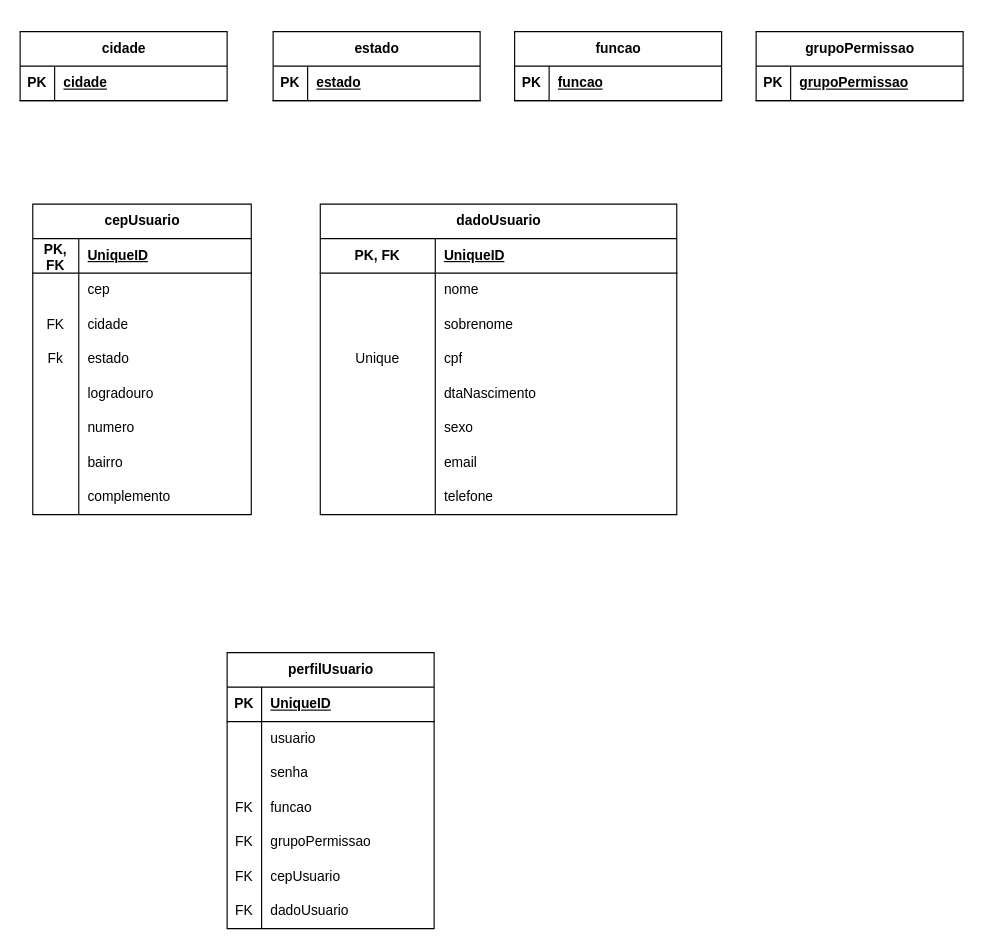
Earlier version of the draw.io diagram page "Usuario" (1 of 2) of ERbd.drawio (JoaoDelgado12/StockMei). Source tidied: cells renumbered, new cells numbered last; positions are measured from the earlier drawing's top-left corner, leaving out a move shared by most shapes. Both pictures are drawn from the tidied source at 115%, with x=0, y=0 at pixel (20, 31).
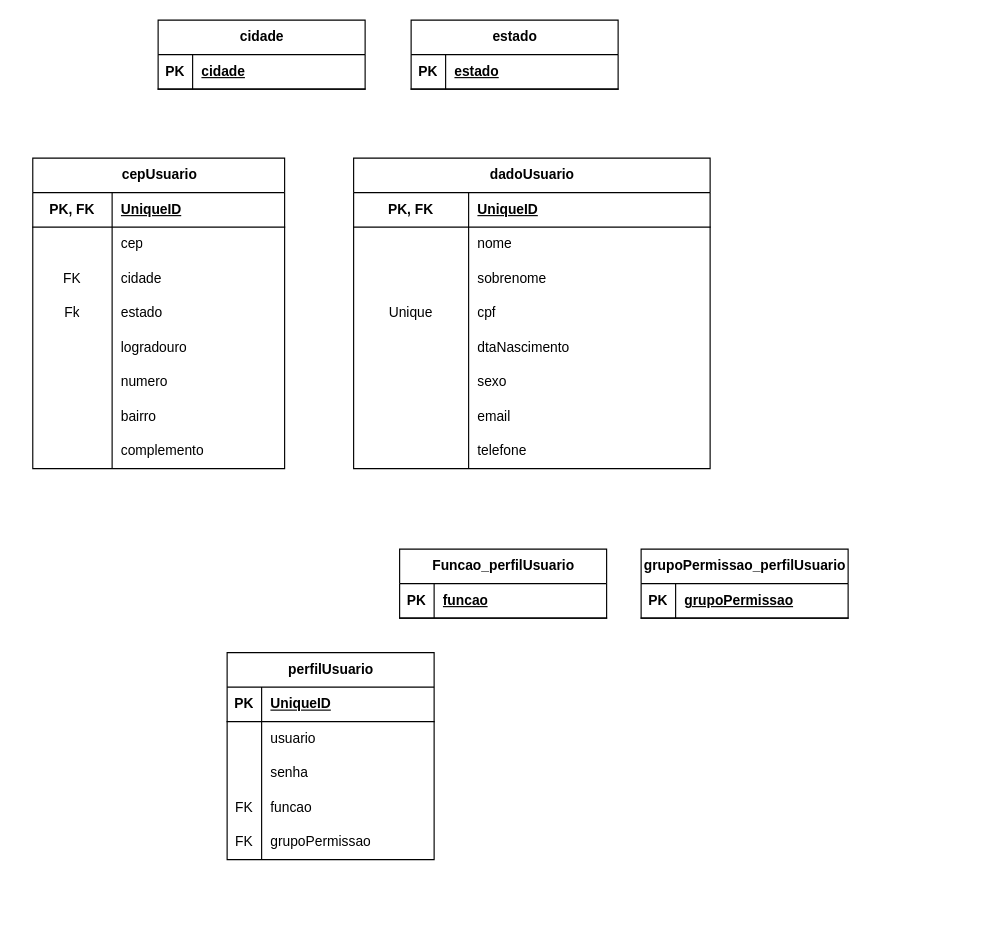
The same diagram, later.

The edit, as a diff of the source:
```diff
@@
-    <mxCell id="2" value="funcao" style="shape=table;startSize=30;childLayout=tableLayout;rowLines=0;fontStyle=1;align=center;html=1;" parent="1" vertex="1">
-      <mxGeometry x="430" width="180" height="60" as="geometry" />
+    <mxCell id="2" value="Funcao_perfilUsuario" style="shape=table;startSize=30;childLayout=tableLayout;rowLines=0;fontStyle=1;align=center;html=1;" parent="1" vertex="1">
+      <mxGeometry x="330" y="450" width="180" height="60" as="geometry" />
     </mxCell>
@@
-    <mxCell id="6" value="grupoPermissao" style="shape=table;startSize=30;childLayout=tableLayout;rowLines=0;fontStyle=1;align=center;html=1;" parent="1" vertex="1">
-      <mxGeometry x="640" width="180" height="60" as="geometry" />
+    <mxCell id="6" value="grupoPermissao_perfilUsuario" style="shape=table;startSize=30;childLayout=tableLayout;rowLines=0;fontStyle=1;align=center;html=1;" parent="1" vertex="1">
+      <mxGeometry x="540" y="450" width="180" height="60" as="geometry" />
     </mxCell>
@@
     <mxCell id="10" value="cidade" style="shape=table;startSize=30;childLayout=tableLayout;rowLines=0;fontStyle=1;align=center;html=1;" parent="1" vertex="1">
-      <mxGeometry width="180" height="60" as="geometry" />
+      <mxGeometry x="120" y="-10" width="180" height="60" as="geometry" />
     </mxCell>
@@
     <mxCell id="14" value="estado" style="shape=table;startSize=30;childLayout=tableLayout;rowLines=0;fontStyle=1;align=center;html=1;" parent="1" vertex="1">
-      <mxGeometry x="220" width="180" height="60" as="geometry" />
+      <mxGeometry x="340" y="-10" width="180" height="60" as="geometry" />
     </mxCell>
@@
     <mxCell id="18" value="cepUsuario" style="shape=table;startSize=30;childLayout=tableLayout;rowLines=0;fontStyle=1;align=center;html=1;" parent="1" vertex="1">
-      <mxGeometry x="11" y="150" width="190" height="270" as="geometry" />
+      <mxGeometry x="11" y="110" width="219" height="270" as="geometry" />
     </mxCell>
     <mxCell id="19" style="shape=tableRow;horizontal=0;startSize=0;swimlaneHead=0;swimlaneBody=0;fillColor=none;top=0;left=0;right=0;bottom=1;" parent="18" vertex="1">
-      <mxGeometry y="30" width="190" height="30" as="geometry" />
+      <mxGeometry y="30" width="219" height="30" as="geometry" />
     </mxCell>
     <mxCell id="20" value="PK, FK" style="shape=partialRectangle;fillColor=none;top=0;left=0;bottom=0;right=0;fontStyle=1;overflow=hidden;whiteSpace=wrap;html=1;" parent="19" vertex="1">
-      <mxGeometry width="40" height="30" as="geometry" />
+      <mxGeometry width="69" height="30" as="geometry" />
     </mxCell>
     <mxCell id="21" value="UniqueID" style="shape=partialRectangle;fillColor=none;top=0;left=0;bottom=0;right=0;align=left;spacingLeft=6;fontStyle=5;overflow=hidden;whiteSpace=wrap;html=1;" parent="19" vertex="1">
-      <mxGeometry x="40" width="150" height="30" as="geometry" />
+      <mxGeometry x="69" width="150" height="30" as="geometry" />
     </mxCell>
     <mxCell id="22" style="shape=tableRow;horizontal=0;startSize=0;swimlaneHead=0;swimlaneBody=0;fillColor=none;top=0;left=0;right=0;bottom=0;" parent="18" vertex="1">
-      <mxGeometry y="60" width="190" height="30" as="geometry" />
+      <mxGeometry y="60" width="219" height="30" as="geometry" />
     </mxCell>
     <mxCell id="23" style="shape=partialRectangle;fillColor=none;top=0;left=0;bottom=0;right=0;overflow=hidden;whiteSpace=wrap;html=1;" parent="22" vertex="1">
-      <mxGeometry width="40" height="30" as="geometry" />
+      <mxGeometry width="69" height="30" as="geometry" />
     </mxCell>
     <mxCell id="24" value="cep" style="shape=partialRectangle;fillColor=none;top=0;left=0;bottom=0;right=0;align=left;spacingLeft=6;overflow=hidden;whiteSpace=wrap;html=1;" parent="22" vertex="1">
-      <mxGeometry x="40" width="150" height="30" as="geometry" />
+      <mxGeometry x="69" width="150" height="30" as="geometry" />
     </mxCell>
     <mxCell id="25" style="shape=tableRow;horizontal=0;startSize=0;swimlaneHead=0;swimlaneBody=0;fillColor=none;top=0;left=0;right=0;bottom=0;" parent="18" vertex="1">
-      <mxGeometry y="90" width="190" height="30" as="geometry" />
+      <mxGeometry y="90" width="219" height="30" as="geometry" />
     </mxCell>
     <mxCell id="26" value="FK" style="shape=partialRectangle;fillColor=none;top=0;left=0;bottom=0;right=0;overflow=hidden;whiteSpace=wrap;html=1;" parent="25" vertex="1">
-      <mxGeometry width="40" height="30" as="geometry" />
+      <mxGeometry width="69" height="30" as="geometry" />
     </mxCell>
     <mxCell id="27" value="cidade" style="shape=partialRectangle;fillColor=none;top=0;left=0;bottom=0;right=0;align=left;spacingLeft=6;overflow=hidden;whiteSpace=wrap;html=1;" parent="25" vertex="1">
-      <mxGeometry x="40" width="150" height="30" as="geometry" />
+      <mxGeometry x="69" width="150" height="30" as="geometry" />
     </mxCell>
     <mxCell id="28" style="shape=tableRow;horizontal=0;startSize=0;swimlaneHead=0;swimlaneBody=0;fillColor=none;top=0;left=0;right=0;bottom=0;" parent="18" vertex="1">
-      <mxGeometry y="120" width="190" height="30" as="geometry" />
+      <mxGeometry y="120" width="219" height="30" as="geometry" />
     </mxCell>
     <mxCell id="29" value="Fk" style="shape=partialRectangle;fillColor=none;top=0;left=0;bottom=0;right=0;overflow=hidden;whiteSpace=wrap;html=1;" parent="28" vertex="1">
-      <mxGeometry width="40" height="30" as="geometry" />
+      <mxGeometry width="69" height="30" as="geometry" />
     </mxCell>
     <mxCell id="30" value="estado" style="shape=partialRectangle;fillColor=none;top=0;left=0;bottom=0;right=0;align=left;spacingLeft=6;overflow=hidden;whiteSpace=wrap;html=1;" parent="28" vertex="1">
-      <mxGeometry x="40" width="150" height="30" as="geometry" />
+      <mxGeometry x="69" width="150" height="30" as="geometry" />
     </mxCell>
     <mxCell id="31" style="shape=tableRow;horizontal=0;startSize=0;swimlaneHead=0;swimlaneBody=0;fillColor=none;top=0;left=0;right=0;bottom=0;" parent="18" vertex="1">
-      <mxGeometry y="150" width="190" height="30" as="geometry" />
+      <mxGeometry y="150" width="219" height="30" as="geometry" />
     </mxCell>
     <mxCell id="32" style="shape=partialRectangle;fillColor=none;top=0;left=0;bottom=0;right=0;overflow=hidden;whiteSpace=wrap;html=1;" parent="31" vertex="1">
-      <mxGeometry width="40" height="30" as="geometry" />
+      <mxGeometry width="69" height="30" as="geometry" />
     </mxCell>
     <mxCell id="33" value="logradouro" style="shape=partialRectangle;fillColor=none;top=0;left=0;bottom=0;right=0;align=left;spacingLeft=6;overflow=hidden;whiteSpace=wrap;html=1;" parent="31" vertex="1">
-      <mxGeometry x="40" width="150" height="30" as="geometry" />
+      <mxGeometry x="69" width="150" height="30" as="geometry" />
     </mxCell>
     <mxCell id="34" style="shape=tableRow;horizontal=0;startSize=0;swimlaneHead=0;swimlaneBody=0;fillColor=none;top=0;left=0;right=0;bottom=0;" parent="18" vertex="1">
-      <mxGeometry y="180" width="190" height="30" as="geometry" />
+      <mxGeometry y="180" width="219" height="30" as="geometry" />
     </mxCell>
     <mxCell id="35" style="shape=partialRectangle;fillColor=none;top=0;left=0;bottom=0;right=0;overflow=hidden;whiteSpace=wrap;html=1;" parent="34" vertex="1">
-      <mxGeometry width="40" height="30" as="geometry" />
+      <mxGeometry width="69" height="30" as="geometry" />
     </mxCell>
     <mxCell id="36" value="numero" style="shape=partialRectangle;fillColor=none;top=0;left=0;bottom=0;right=0;align=left;spacingLeft=6;overflow=hidden;whiteSpace=wrap;html=1;" parent="34" vertex="1">
-      <mxGeometry x="40" width="150" height="30" as="geometry" />
+      <mxGeometry x="69" width="150" height="30" as="geometry" />
     </mxCell>
     <mxCell id="37" style="shape=tableRow;horizontal=0;startSize=0;swimlaneHead=0;swimlaneBody=0;fillColor=none;top=0;left=0;right=0;bottom=0;" parent="18" vertex="1">
-      <mxGeometry y="210" width="190" height="30" as="geometry" />
+      <mxGeometry y="210" width="219" height="30" as="geometry" />
     </mxCell>
     <mxCell id="38" style="shape=partialRectangle;fillColor=none;top=0;left=0;bottom=0;right=0;overflow=hidden;whiteSpace=wrap;html=1;" parent="37" vertex="1">
-      <mxGeometry width="40" height="30" as="geometry" />
+      <mxGeometry width="69" height="30" as="geometry" />
     </mxCell>
     <mxCell id="39" value="bairro" style="shape=partialRectangle;fillColor=none;top=0;left=0;bottom=0;right=0;align=left;spacingLeft=6;overflow=hidden;whiteSpace=wrap;html=1;" parent="37" vertex="1">
-      <mxGeometry x="40" width="150" height="30" as="geometry" />
+      <mxGeometry x="69" width="150" height="30" as="geometry" />
     </mxCell>
     <mxCell id="40" style="shape=tableRow;horizontal=0;startSize=0;swimlaneHead=0;swimlaneBody=0;fillColor=none;top=0;left=0;right=0;bottom=0;" parent="18" vertex="1">
-      <mxGeometry y="240" width="190" height="30" as="geometry" />
+      <mxGeometry y="240" width="219" height="30" as="geometry" />
     </mxCell>
     <mxCell id="41" style="shape=partialRectangle;fillColor=none;top=0;left=0;bottom=0;right=0;overflow=hidden;whiteSpace=wrap;html=1;" parent="40" vertex="1">
-      <mxGeometry width="40" height="30" as="geometry" />
+      <mxGeometry width="69" height="30" as="geometry" />
     </mxCell>
     <mxCell id="42" value="complemento" style="shape=partialRectangle;fillColor=none;top=0;left=0;bottom=0;right=0;align=left;spacingLeft=6;overflow=hidden;whiteSpace=wrap;html=1;" parent="40" vertex="1">
-      <mxGeometry x="40" width="150" height="30" as="geometry" />
+      <mxGeometry x="69" width="150" height="30" as="geometry" />
     </mxCell>
     <mxCell id="43" value="dadoUsuario" style="shape=table;startSize=30;childLayout=tableLayout;rowLines=0;fontStyle=1;align=center;html=1;" parent="1" vertex="1">
-      <mxGeometry x="261" y="150" width="310" height="270" as="geometry" />
+      <mxGeometry x="290" y="110" width="310" height="270" as="geometry" />
     </mxCell>
@@
     <mxCell id="68" value="perfilUsuario" style="shape=table;startSize=30;childLayout=tableLayout;rowLines=0;fontStyle=1;align=center;html=1;" parent="1" vertex="1">
-      <mxGeometry x="180" y="540" width="180" height="240" as="geometry" />
+      <mxGeometry x="180" y="540" width="180" height="180" as="geometry" />
     </mxCell>
@@
-    <mxCell id="84" style="shape=tableRow;horizontal=0;startSize=0;swimlaneHead=0;swimlaneBody=0;fillColor=none;top=0;left=0;right=0;bottom=0;" parent="68" vertex="1">
-      <mxGeometry y="180" width="180" height="30" as="geometry" />
-    </mxCell>
-    <mxCell id="85" value="FK" style="shape=partialRectangle;fillColor=none;top=0;left=0;bottom=0;right=0;overflow=hidden;whiteSpace=wrap;html=1;" parent="84" vertex="1">
-      <mxGeometry width="30" height="30" as="geometry" />
-    </mxCell>
-    <mxCell id="86" value="cepUsuario" style="shape=partialRectangle;fillColor=none;top=0;left=0;bottom=0;right=0;align=left;spacingLeft=6;overflow=hidden;whiteSpace=wrap;html=1;" parent="84" vertex="1">
-      <mxGeometry x="30" width="150" height="30" as="geometry" />
-    </mxCell>
-    <mxCell id="87" style="shape=tableRow;horizontal=0;startSize=0;swimlaneHead=0;swimlaneBody=0;fillColor=none;top=0;left=0;right=0;bottom=0;" parent="68" vertex="1">
-      <mxGeometry y="210" width="180" height="30" as="geometry" />
-    </mxCell>
-    <mxCell id="88" value="FK" style="shape=partialRectangle;fillColor=none;top=0;left=0;bottom=0;right=0;overflow=hidden;whiteSpace=wrap;html=1;" parent="87" vertex="1">
-      <mxGeometry width="30" height="30" as="geometry" />
-    </mxCell>
-    <mxCell id="89" value="dadoUsuario" style="shape=partialRectangle;fillColor=none;top=0;left=0;bottom=0;right=0;align=left;spacingLeft=6;overflow=hidden;whiteSpace=wrap;html=1;" parent="87" vertex="1">
-      <mxGeometry x="30" width="150" height="30" as="geometry" />
-    </mxCell>
```
